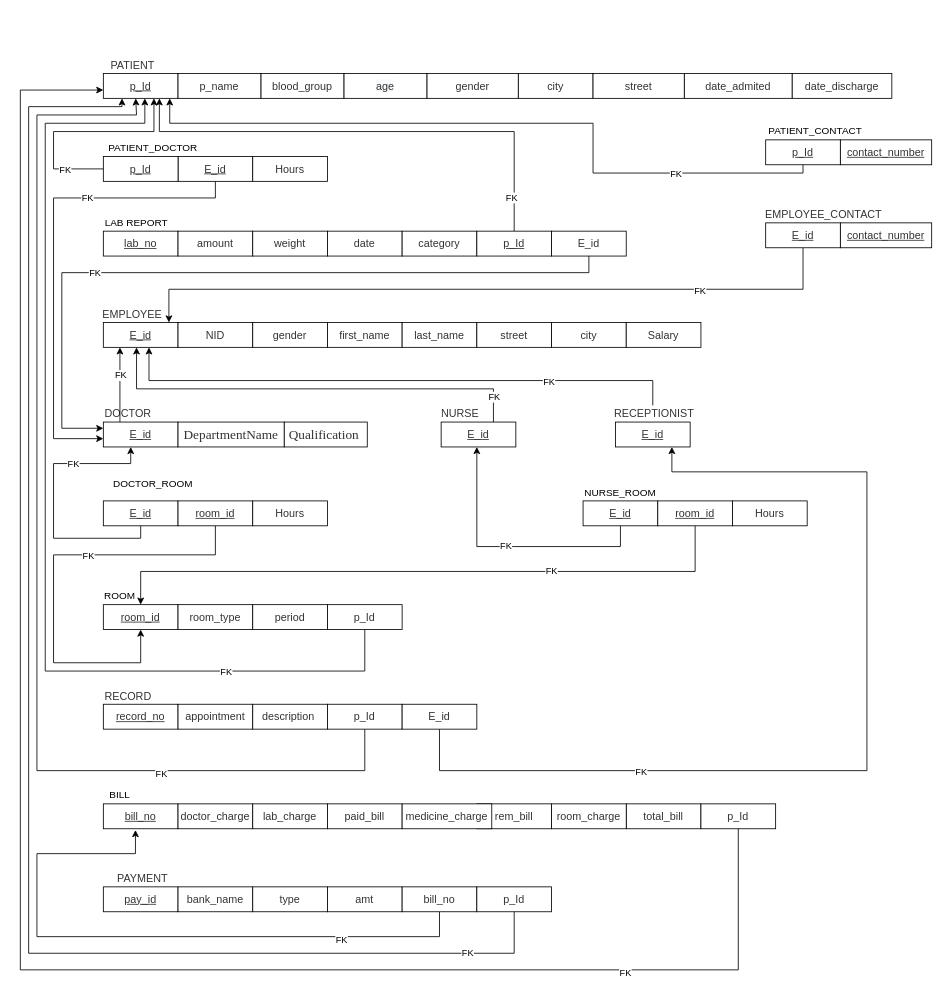
Mohamed-safras/Test keeps this draw.io diagram as relational mapping (2) (1).drawio. Above is the earlier version. Source tidied: cells renumbered, new cells numbered last; positions are measured from the earlier drawing's top-left corner, leaving out a move shared by most shapes. Both pictures are drawn from the tidied source at 83%, with x=0, y=0 at pixel (20, 56).
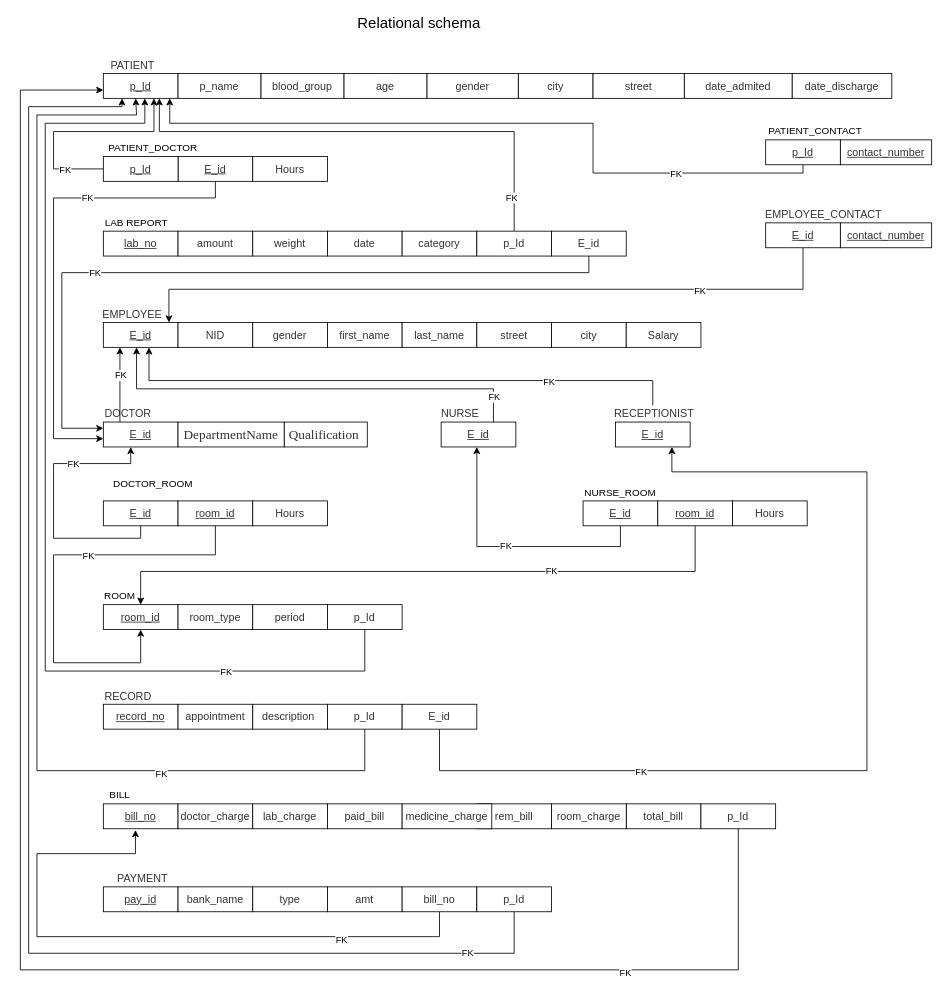
The same page after the edit.

The edit, as a diff of the source:
```diff
@@
-    <mxCell id="80" value="&lt;u style=&quot;color: rgb(51 , 51 , 51) ; font-size: 13px&quot;&gt;p_Id&lt;/u&gt;" style="rounded=0;whiteSpace=wrap;html=1;" parent="1" vertex="1">
+    <mxCell id="80" value="&lt;span style=&quot;color: rgb(51 , 51 , 51) ; font-size: 13px&quot;&gt;p_Id&lt;/span&gt;" style="rounded=0;whiteSpace=wrap;html=1;" parent="1" vertex="1">
       <mxGeometry x="550" y="210" width="90" height="30" as="geometry" />
     </mxCell>
@@
+    <mxCell id="121" value="&lt;font style=&quot;font-size: 18px&quot;&gt;Relational schema&lt;/font&gt;" style="text;html=1;align=center;verticalAlign=middle;" parent="1" vertex="1">
+      <mxGeometry x="400" y="-50" width="160" height="20" as="geometry" />
+    </mxCell>
```
